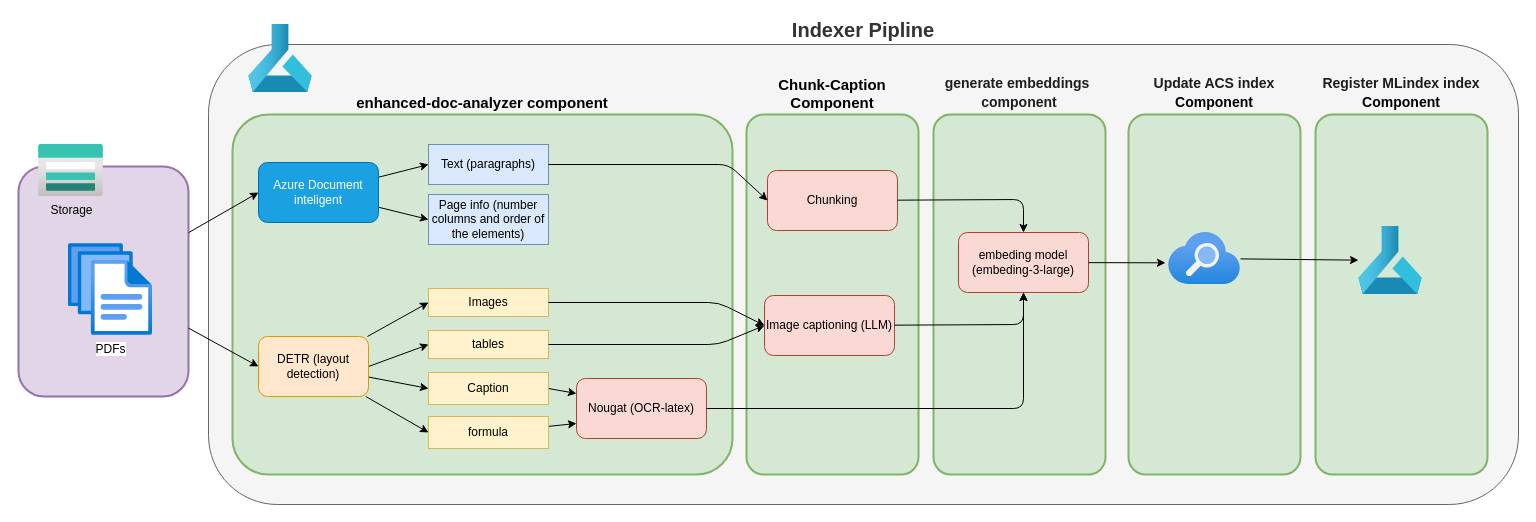
Above: page "Enhanced_document_analysier" (2 of 3) of docs/designs/indexing.drawio in iAli61/academic-document-analyzer (draw.io), before the change. Source tidied: cells renumbered, new cells numbered last; positions are measured from the earlier drawing's top-left corner, leaving out a move shared by most shapes. Both pictures are drawn from the tidied source at 100%, with x=0, y=0 at pixel (18, 24).
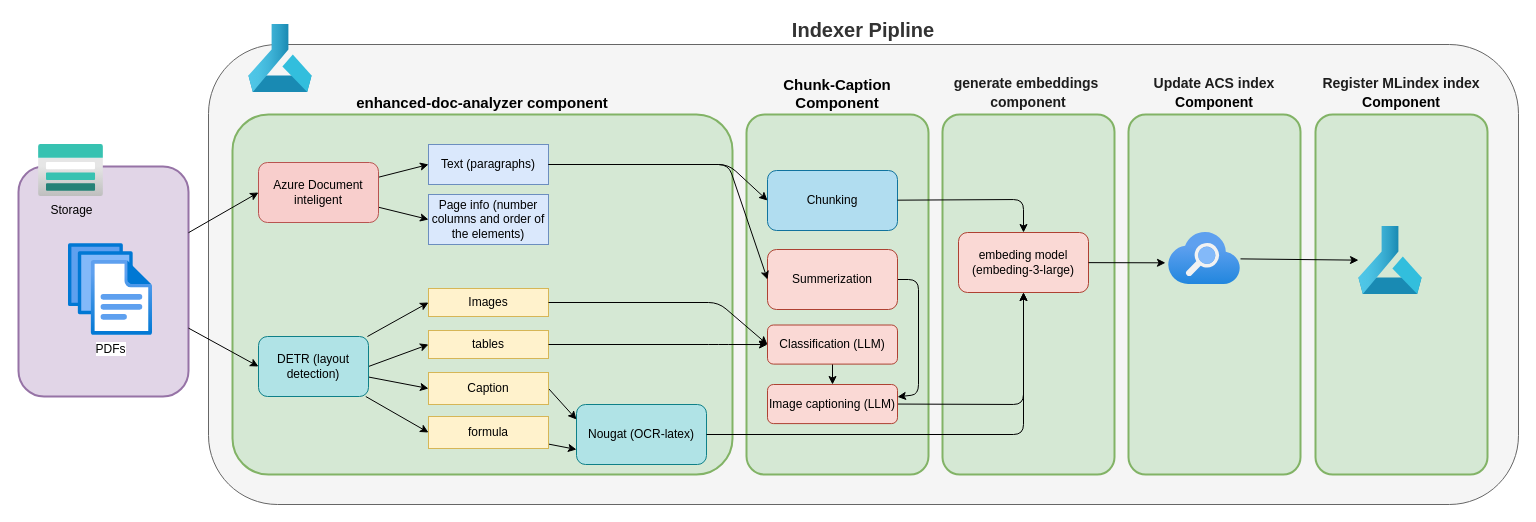
After the change.

Unchanged cells that the change refers to:
```xml
<mxCell id="18" value="Text (paragraphs)" style="rounded=0;whiteSpace=wrap;html=1;fillColor=#dae8fc;strokeColor=#6c8ebf;" parent="1" vertex="1">
  <mxGeometry x="410" y="120" width="120" height="40" as="geometry" />
</mxCell>
<mxCell id="34" value="embeding model&lt;br&gt;(embeding-3-large)" style="rounded=1;whiteSpace=wrap;html=1;fillColor=#fad9d5;strokeColor=#ae4132;" parent="1" vertex="1">
  <mxGeometry x="940" y="208" width="130" height="60" as="geometry" />
</mxCell>
```

Diff of the diagram source:
```diff
@@
-    <mxCell id="6" value="Azure Document inteligent" style="rounded=1;whiteSpace=wrap;html=1;fillColor=#1ba1e2;fontColor=#ffffff;strokeColor=#006EAF;" parent="1" vertex="1">
+    <mxCell id="6" value="Azure Document inteligent" style="rounded=1;whiteSpace=wrap;html=1;fillColor=#f8cecc;strokeColor=#b85450;" parent="1" vertex="1">
       <mxGeometry x="240" y="138" width="120" height="60" as="geometry" />
     </mxCell>
@@
-    <mxCell id="11" value="DETR (layout detection)" style="rounded=1;whiteSpace=wrap;html=1;fillColor=#ffe6cc;strokeColor=#d79b00;" parent="1" vertex="1">
+    <mxCell id="11" value="DETR (layout detection)" style="rounded=1;whiteSpace=wrap;html=1;fillColor=#b0e3e6;strokeColor=#0e8088;" parent="1" vertex="1">
       <mxGeometry x="240" y="312" width="110" height="60" as="geometry" />
     </mxCell>
@@
-    <mxCell id="24" value="Nougat (OCR-latex)" style="rounded=1;whiteSpace=wrap;html=1;fillColor=#fad9d5;strokeColor=#ae4132;" parent="1" vertex="1">
-      <mxGeometry x="558" y="354" width="130" height="60" as="geometry" />
+    <mxCell id="24" value="Nougat (OCR-latex)" style="rounded=1;whiteSpace=wrap;html=1;fillColor=#b0e3e6;strokeColor=#0e8088;" parent="1" vertex="1">
+      <mxGeometry x="558" y="380" width="130" height="60" as="geometry" />
     </mxCell>
@@
     <mxCell id="27" value="Chunk-Caption Component" style="rounded=1;whiteSpace=wrap;html=1;fillColor=#d5e8d4;strokeColor=#82b366;strokeWidth=2;fontColor=#000000;labelPosition=center;verticalLabelPosition=top;align=center;verticalAlign=bottom;fontSize=15;fontStyle=1;arcSize=10;" parent="1" vertex="1">
-      <mxGeometry x="728" y="90" width="172" height="360" as="geometry" />
+      <mxGeometry x="728" y="90" width="182" height="360" as="geometry" />
     </mxCell>
+    <mxCell id="45" style="edgeStyle=none;html=1;entryX=0.5;entryY=0;entryDx=0;entryDy=0;" parent="1" edge="1" source="28" target="49">
+      <mxGeometry relative="1" as="geometry" />
+    </mxCell>
-    <mxCell id="28" value="Image captioning (LLM)" style="rounded=1;whiteSpace=wrap;html=1;fillColor=#fad9d5;strokeColor=#ae4132;" parent="1" vertex="1">
-      <mxGeometry x="746" y="271" width="130" height="60" as="geometry" />
+    <mxCell id="28" value="Classification (LLM)" style="rounded=1;whiteSpace=wrap;html=1;fillColor=#fad9d5;strokeColor=#ae4132;" parent="1" vertex="1">
+      <mxGeometry x="749" y="300.5" width="130" height="39.1" as="geometry" />
     </mxCell>
@@
-    <mxCell id="31" value="Chunking" style="rounded=1;whiteSpace=wrap;html=1;fillColor=#fad9d5;strokeColor=#ae4132;" parent="1" vertex="1">
+    <mxCell id="31" value="Chunking" style="rounded=1;whiteSpace=wrap;html=1;fillColor=#b1ddf0;strokeColor=#10739e;" parent="1" vertex="1">
       <mxGeometry x="749" y="146" width="130" height="60" as="geometry" />
     </mxCell>
@@
     <mxCell id="33" value="&lt;div style=&quot;font-size: 14px; line-height: 19px; white-space: pre;&quot;&gt;&lt;font style=&quot;color: rgb(29, 29, 29);&quot;&gt;generate embeddings &lt;/font&gt;&lt;/div&gt;&lt;div style=&quot;font-size: 14px; line-height: 19px; white-space: pre;&quot;&gt;&lt;font style=&quot;color: rgb(29, 29, 29);&quot;&gt;component&lt;/font&gt;&lt;/div&gt;" style="rounded=1;whiteSpace=wrap;html=1;fillColor=#d5e8d4;strokeColor=#82b366;strokeWidth=2;fontColor=#000000;labelPosition=center;verticalLabelPosition=top;align=center;verticalAlign=bottom;fontSize=15;fontStyle=1;arcSize=10;" parent="1" vertex="1">
-      <mxGeometry x="915" y="90" width="172" height="360" as="geometry" />
+      <mxGeometry x="924" y="90" width="172" height="360" as="geometry" />
     </mxCell>
@@
-    <mxCell id="37" style="edgeStyle=none;html=1;entryX=0.5;entryY=1;entryDx=0;entryDy=0;" parent="1" edge="1" source="28" target="34">
+    <mxCell id="37" style="edgeStyle=none;html=1;entryX=0.5;entryY=1;entryDx=0;entryDy=0;exitX=1;exitY=0.5;exitDx=0;exitDy=0;" parent="1" edge="1" source="49" target="34">
       <mxGeometry relative="1" as="geometry">
         <Array as="points">
-          <mxPoint x="1005" y="300" />
+          <mxPoint x="1005" y="380" />
         </Array>
       </mxGeometry>
     </mxCell>
@@
     <mxCell id="43" style="edgeStyle=none;html=1;entryX=0.5;entryY=1;entryDx=0;entryDy=0;" parent="1" edge="1" source="24" target="34">
       <mxGeometry relative="1" as="geometry">
         <Array as="points">
-          <mxPoint x="1005" y="384" />
+          <mxPoint x="1005" y="410" />
         </Array>
       </mxGeometry>
     </mxCell>
@@
+    <mxCell id="46" style="edgeStyle=none;html=1;" parent="1" edge="1" source="47" target="49">
+      <mxGeometry relative="1" as="geometry">
+        <Array as="points">
+          <mxPoint x="900" y="255" />
+          <mxPoint x="900" y="370" />
+        </Array>
+      </mxGeometry>
+    </mxCell>
+    <mxCell id="47" value="Summerization" style="rounded=1;whiteSpace=wrap;html=1;fillColor=#fad9d5;strokeColor=#ae4132;" parent="1" vertex="1">
+      <mxGeometry x="749" y="225" width="130" height="60" as="geometry" />
+    </mxCell>
+    <mxCell id="48" style="edgeStyle=none;html=1;entryX=0;entryY=0.5;entryDx=0;entryDy=0;" parent="1" edge="1" source="18" target="47">
+      <mxGeometry relative="1" as="geometry">
+        <Array as="points">
+          <mxPoint x="710" y="140" />
+        </Array>
+      </mxGeometry>
+    </mxCell>
+    <mxCell id="49" value="Image captioning (LLM)" style="rounded=1;whiteSpace=wrap;html=1;fillColor=#fad9d5;strokeColor=#ae4132;" parent="1" vertex="1">
+      <mxGeometry x="749" y="360" width="130" height="39.1" as="geometry" />
+    </mxCell>
```
